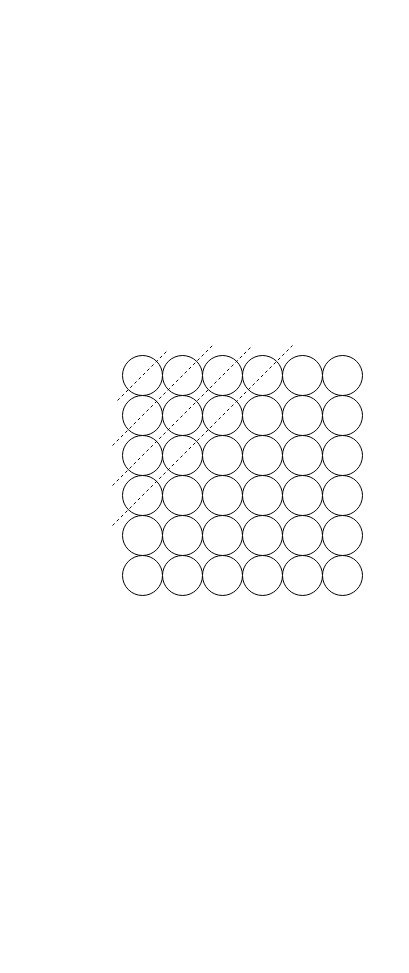
This is page "yunsuan" (9 of 14) of FPGA_output.drawio from muguang123/drwaio, a draw.io file, before an edit. Source tidied: cells renumbered, new cells numbered last; positions are measured from the earlier drawing's top-left corner, leaving out a move shared by most shapes. Both pictures are drawn from the tidied source at 100%, with x=0, y=0 at pixel (112, 345).
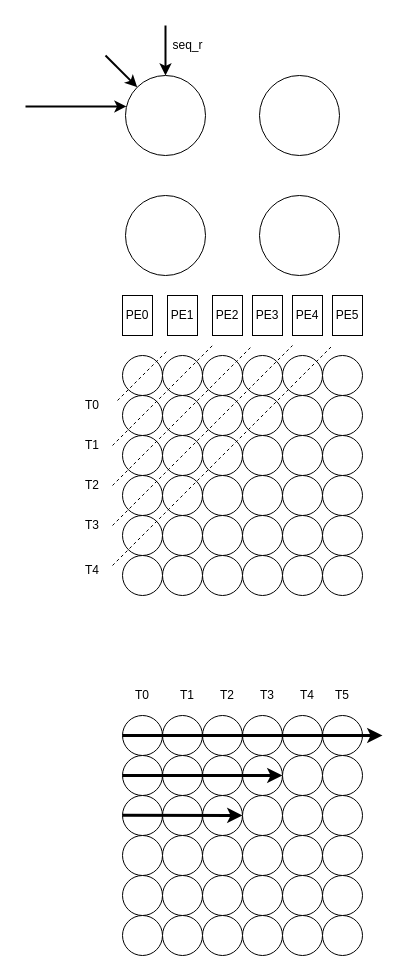
After the change.

What changed in the source:
```diff
@@
+    <mxCell id="42" style="endArrow=none;dashed=1;html=1;" parent="1" edge="1">
+      <mxGeometry relative="1" as="geometry">
+        <mxPoint y="220" as="sourcePoint" />
+        <mxPoint x="220" as="targetPoint" />
+      </mxGeometry>
+    </mxCell>
+    <mxCell id="43" value="PE0" style="rounded=0;whiteSpace=wrap;html=1;" parent="1" vertex="1">
+      <mxGeometry x="10" y="-50" width="30" height="40" as="geometry" />
+    </mxCell>
+    <mxCell id="44" value="PE1" style="rounded=0;whiteSpace=wrap;html=1;" parent="1" vertex="1">
+      <mxGeometry x="55" y="-50" width="30" height="40" as="geometry" />
+    </mxCell>
+    <mxCell id="45" value="PE2" style="rounded=0;whiteSpace=wrap;html=1;" parent="1" vertex="1">
+      <mxGeometry x="100" y="-50" width="30" height="40" as="geometry" />
+    </mxCell>
+    <mxCell id="46" value="PE3" style="rounded=0;whiteSpace=wrap;html=1;" parent="1" vertex="1">
+      <mxGeometry x="140" y="-50" width="30" height="40" as="geometry" />
+    </mxCell>
+    <mxCell id="47" value="PE4" style="rounded=0;whiteSpace=wrap;html=1;" parent="1" vertex="1">
+      <mxGeometry x="180" y="-50" width="30" height="40" as="geometry" />
+    </mxCell>
+    <mxCell id="48" value="PE5" style="rounded=0;whiteSpace=wrap;html=1;" parent="1" vertex="1">
+      <mxGeometry x="220" y="-50" width="30" height="40" as="geometry" />
+    </mxCell>
+    <mxCell id="49" value="T0" style="text;html=1;strokeColor=none;fillColor=none;align=center;verticalAlign=middle;whiteSpace=wrap;rounded=0;" parent="1" vertex="1">
+      <mxGeometry x="-40" y="50" width="40" height="20" as="geometry" />
+    </mxCell>
+    <mxCell id="50" value="T1" style="text;html=1;strokeColor=none;fillColor=none;align=center;verticalAlign=middle;whiteSpace=wrap;rounded=0;" parent="1" vertex="1">
+      <mxGeometry x="-40" y="90" width="40" height="20" as="geometry" />
+    </mxCell>
+    <mxCell id="51" value="T2" style="text;html=1;strokeColor=none;fillColor=none;align=center;verticalAlign=middle;whiteSpace=wrap;rounded=0;" parent="1" vertex="1">
+      <mxGeometry x="-40" y="130" width="40" height="20" as="geometry" />
+    </mxCell>
+    <mxCell id="52" value="T3" style="text;html=1;strokeColor=none;fillColor=none;align=center;verticalAlign=middle;whiteSpace=wrap;rounded=0;" parent="1" vertex="1">
+      <mxGeometry x="-40" y="170" width="40" height="20" as="geometry" />
+    </mxCell>
+    <mxCell id="53" value="T4" style="text;html=1;strokeColor=none;fillColor=none;align=center;verticalAlign=middle;whiteSpace=wrap;rounded=0;" parent="1" vertex="1">
+      <mxGeometry x="-40" y="215" width="40" height="20" as="geometry" />
+    </mxCell>
+    <mxCell id="54" style="ellipse;whiteSpace=wrap;html=1;" parent="1" vertex="1">
+      <mxGeometry x="10" y="370" width="40" height="40" as="geometry" />
+    </mxCell>
+    <mxCell id="55" style="ellipse;whiteSpace=wrap;html=1;" parent="1" vertex="1">
+      <mxGeometry x="50" y="370" width="40" height="40" as="geometry" />
+    </mxCell>
+    <mxCell id="56" style="ellipse;whiteSpace=wrap;html=1;" parent="1" vertex="1">
+      <mxGeometry x="10" y="410" width="40" height="40" as="geometry" />
+    </mxCell>
+    <mxCell id="57" style="ellipse;whiteSpace=wrap;html=1;" parent="1" vertex="1">
+      <mxGeometry x="90" y="370" width="40" height="40" as="geometry" />
+    </mxCell>
+    <mxCell id="58" style="ellipse;whiteSpace=wrap;html=1;" parent="1" vertex="1">
+      <mxGeometry x="130" y="370" width="40" height="40" as="geometry" />
+    </mxCell>
+    <mxCell id="59" style="ellipse;whiteSpace=wrap;html=1;" parent="1" vertex="1">
+      <mxGeometry x="170" y="370" width="40" height="40" as="geometry" />
+    </mxCell>
+    <mxCell id="60" style="ellipse;whiteSpace=wrap;html=1;" parent="1" vertex="1">
+      <mxGeometry x="50" y="410" width="40" height="40" as="geometry" />
+    </mxCell>
+    <mxCell id="61" style="ellipse;whiteSpace=wrap;html=1;" parent="1" vertex="1">
+      <mxGeometry x="90" y="410" width="40" height="40" as="geometry" />
+    </mxCell>
+    <mxCell id="62" style="ellipse;whiteSpace=wrap;html=1;" parent="1" vertex="1">
+      <mxGeometry x="130" y="410" width="40" height="40" as="geometry" />
+    </mxCell>
+    <mxCell id="63" style="ellipse;whiteSpace=wrap;html=1;" parent="1" vertex="1">
+      <mxGeometry x="170" y="410" width="40" height="40" as="geometry" />
+    </mxCell>
+    <mxCell id="64" style="ellipse;whiteSpace=wrap;html=1;" parent="1" vertex="1">
+      <mxGeometry x="10" y="450" width="40" height="40" as="geometry" />
+    </mxCell>
+    <mxCell id="65" style="ellipse;whiteSpace=wrap;html=1;" parent="1" vertex="1">
+      <mxGeometry x="50" y="450" width="40" height="40" as="geometry" />
+    </mxCell>
+    <mxCell id="66" style="ellipse;whiteSpace=wrap;html=1;" parent="1" vertex="1">
+      <mxGeometry x="90" y="450" width="40" height="40" as="geometry" />
+    </mxCell>
+    <mxCell id="67" style="ellipse;whiteSpace=wrap;html=1;" parent="1" vertex="1">
+      <mxGeometry x="130" y="450" width="40" height="40" as="geometry" />
+    </mxCell>
+    <mxCell id="68" style="ellipse;whiteSpace=wrap;html=1;" parent="1" vertex="1">
+      <mxGeometry x="170" y="450" width="40" height="40" as="geometry" />
+    </mxCell>
+    <mxCell id="69" style="ellipse;whiteSpace=wrap;html=1;" parent="1" vertex="1">
+      <mxGeometry x="10" y="490" width="40" height="40" as="geometry" />
+    </mxCell>
+    <mxCell id="70" style="ellipse;whiteSpace=wrap;html=1;" parent="1" vertex="1">
+      <mxGeometry x="50" y="490" width="40" height="40" as="geometry" />
+    </mxCell>
+    <mxCell id="71" style="ellipse;whiteSpace=wrap;html=1;" parent="1" vertex="1">
+      <mxGeometry x="10" y="530" width="40" height="40" as="geometry" />
+    </mxCell>
+    <mxCell id="72" style="ellipse;whiteSpace=wrap;html=1;" parent="1" vertex="1">
+      <mxGeometry x="90" y="490" width="40" height="40" as="geometry" />
+    </mxCell>
+    <mxCell id="73" style="ellipse;whiteSpace=wrap;html=1;" parent="1" vertex="1">
+      <mxGeometry x="130" y="490" width="40" height="40" as="geometry" />
+    </mxCell>
+    <mxCell id="74" style="ellipse;whiteSpace=wrap;html=1;" parent="1" vertex="1">
+      <mxGeometry x="170" y="490" width="40" height="40" as="geometry" />
+    </mxCell>
+    <mxCell id="75" style="ellipse;whiteSpace=wrap;html=1;" parent="1" vertex="1">
+      <mxGeometry x="50" y="530" width="40" height="40" as="geometry" />
+    </mxCell>
+    <mxCell id="76" style="ellipse;whiteSpace=wrap;html=1;" parent="1" vertex="1">
+      <mxGeometry x="90" y="530" width="40" height="40" as="geometry" />
+    </mxCell>
+    <mxCell id="77" style="ellipse;whiteSpace=wrap;html=1;" parent="1" vertex="1">
+      <mxGeometry x="130" y="530" width="40" height="40" as="geometry" />
+    </mxCell>
+    <mxCell id="78" style="ellipse;whiteSpace=wrap;html=1;" parent="1" vertex="1">
+      <mxGeometry x="170" y="530" width="40" height="40" as="geometry" />
+    </mxCell>
+    <mxCell id="79" style="ellipse;whiteSpace=wrap;html=1;" parent="1" vertex="1">
+      <mxGeometry x="10" y="570" width="40" height="40" as="geometry" />
+    </mxCell>
+    <mxCell id="80" style="ellipse;whiteSpace=wrap;html=1;" parent="1" vertex="1">
+      <mxGeometry x="50" y="570" width="40" height="40" as="geometry" />
+    </mxCell>
+    <mxCell id="81" style="ellipse;whiteSpace=wrap;html=1;" parent="1" vertex="1">
+      <mxGeometry x="90" y="570" width="40" height="40" as="geometry" />
+    </mxCell>
+    <mxCell id="82" style="ellipse;whiteSpace=wrap;html=1;" parent="1" vertex="1">
+      <mxGeometry x="130" y="570" width="40" height="40" as="geometry" />
+    </mxCell>
+    <mxCell id="83" style="ellipse;whiteSpace=wrap;html=1;" parent="1" vertex="1">
+      <mxGeometry x="170" y="570" width="40" height="40" as="geometry" />
+    </mxCell>
+    <mxCell id="84" style="ellipse;whiteSpace=wrap;html=1;" parent="1" vertex="1">
+      <mxGeometry x="210" y="370" width="40" height="40" as="geometry" />
+    </mxCell>
+    <mxCell id="85" style="ellipse;whiteSpace=wrap;html=1;" parent="1" vertex="1">
+      <mxGeometry x="210" y="410" width="40" height="40" as="geometry" />
+    </mxCell>
+    <mxCell id="86" style="ellipse;whiteSpace=wrap;html=1;" parent="1" vertex="1">
+      <mxGeometry x="210" y="450" width="40" height="40" as="geometry" />
+    </mxCell>
+    <mxCell id="87" style="ellipse;whiteSpace=wrap;html=1;" parent="1" vertex="1">
+      <mxGeometry x="210" y="490" width="40" height="40" as="geometry" />
+    </mxCell>
+    <mxCell id="88" style="ellipse;whiteSpace=wrap;html=1;" parent="1" vertex="1">
+      <mxGeometry x="210" y="530" width="40" height="40" as="geometry" />
+    </mxCell>
+    <mxCell id="89" style="ellipse;whiteSpace=wrap;html=1;" parent="1" vertex="1">
+      <mxGeometry x="210" y="570" width="40" height="40" as="geometry" />
+    </mxCell>
+    <mxCell id="90" value="T0" style="text;html=1;strokeColor=none;fillColor=none;align=center;verticalAlign=middle;whiteSpace=wrap;rounded=0;" parent="1" vertex="1">
+      <mxGeometry x="10" y="340" width="40" height="20" as="geometry" />
+    </mxCell>
+    <mxCell id="91" value="T1" style="text;html=1;strokeColor=none;fillColor=none;align=center;verticalAlign=middle;whiteSpace=wrap;rounded=0;" parent="1" vertex="1">
+      <mxGeometry x="55" y="340" width="40" height="20" as="geometry" />
+    </mxCell>
+    <mxCell id="92" value="T2" style="text;html=1;strokeColor=none;fillColor=none;align=center;verticalAlign=middle;whiteSpace=wrap;rounded=0;" parent="1" vertex="1">
+      <mxGeometry x="95" y="340" width="40" height="20" as="geometry" />
+    </mxCell>
+    <mxCell id="93" value="T3" style="text;html=1;strokeColor=none;fillColor=none;align=center;verticalAlign=middle;whiteSpace=wrap;rounded=0;" parent="1" vertex="1">
+      <mxGeometry x="135" y="340" width="40" height="20" as="geometry" />
+    </mxCell>
+    <mxCell id="94" value="T4" style="text;html=1;strokeColor=none;fillColor=none;align=center;verticalAlign=middle;whiteSpace=wrap;rounded=0;" parent="1" vertex="1">
+      <mxGeometry x="175" y="340" width="40" height="20" as="geometry" />
+    </mxCell>
+    <mxCell id="95" style="endArrow=classic;html=1;exitX=0;exitY=0.5;exitDx=0;exitDy=0;strokeWidth=3;" parent="1" edge="1" source="54">
+      <mxGeometry relative="1" as="geometry">
+        <mxPoint x="270" y="390" as="targetPoint" />
+      </mxGeometry>
+    </mxCell>
+    <mxCell id="96" style="endArrow=classic;html=1;exitX=0;exitY=0.5;exitDx=0;exitDy=0;strokeWidth=3;" parent="1" edge="1" source="56" target="63">
+      <mxGeometry relative="1" as="geometry" />
+    </mxCell>
+    <mxCell id="97" style="endArrow=classic;html=1;exitX=0;exitY=0.5;exitDx=0;exitDy=0;strokeWidth=3;" parent="1" edge="1">
+      <mxGeometry relative="1" as="geometry">
+        <mxPoint x="10" y="469.8" as="sourcePoint" />
+        <mxPoint x="130" y="470" as="targetPoint" />
+      </mxGeometry>
+    </mxCell>
+    <mxCell id="98" value="T5" style="text;html=1;strokeColor=none;fillColor=none;align=center;verticalAlign=middle;whiteSpace=wrap;rounded=0;" parent="1" vertex="1">
+      <mxGeometry x="210" y="340" width="40" height="20" as="geometry" />
+    </mxCell>
+    <mxCell id="99" style="ellipse;whiteSpace=wrap;html=1;" parent="1" vertex="1">
+      <mxGeometry x="13" y="-270" width="80" height="80" as="geometry" />
+    </mxCell>
+    <mxCell id="100" style="endArrow=classic;html=1;strokeWidth=2;entryX=0;entryY=0;entryDx=0;entryDy=0;" parent="1" edge="1" target="99">
+      <mxGeometry relative="1" as="geometry">
+        <mxPoint x="-7" y="-290" as="sourcePoint" />
+      </mxGeometry>
+    </mxCell>
+    <mxCell id="101" style="ellipse;whiteSpace=wrap;html=1;" parent="1" vertex="1">
+      <mxGeometry x="147" y="-270" width="80" height="80" as="geometry" />
+    </mxCell>
+    <mxCell id="102" style="ellipse;whiteSpace=wrap;html=1;" parent="1" vertex="1">
+      <mxGeometry x="13" y="-150" width="80" height="80" as="geometry" />
+    </mxCell>
+    <mxCell id="103" style="ellipse;whiteSpace=wrap;html=1;" parent="1" vertex="1">
+      <mxGeometry x="147" y="-150" width="80" height="80" as="geometry" />
+    </mxCell>
+    <mxCell id="104" style="endArrow=classic;html=1;strokeWidth=2;entryX=0.012;entryY=0.386;entryDx=0;entryDy=0;entryPerimeter=0;" parent="1" edge="1" target="99">
+      <mxGeometry relative="1" as="geometry">
+        <mxPoint x="-87" y="-239" as="sourcePoint" />
+      </mxGeometry>
+    </mxCell>
+    <mxCell id="105" style="endArrow=classic;html=1;strokeWidth=2;entryX=0.5;entryY=0;entryDx=0;entryDy=0;" parent="1" edge="1" target="99">
+      <mxGeometry relative="1" as="geometry">
+        <mxPoint x="53" y="-320" as="sourcePoint" />
+      </mxGeometry>
+    </mxCell>
+    <mxCell id="106" value="seq_r" style="text;html=1;align=center;verticalAlign=middle;" parent="1" vertex="1">
+      <mxGeometry x="50" y="-310" width="50" height="20" as="geometry" />
+    </mxCell>
```
